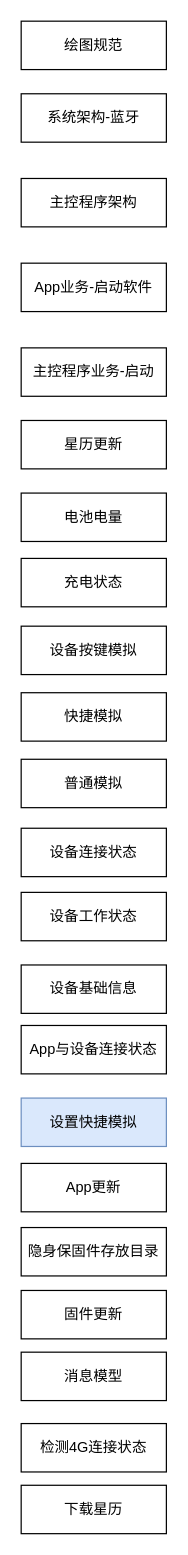
Earlier version of the draw.io diagram page "目录" (3 of 27) of 隐身保arm版-业务流程-V1.0-20221028-1.drawio (kyphoon/ysb_drawio_tree). Source tidied: cells renumbered, new cells numbered last; positions are measured from the earlier drawing's top-left corner, leaving out a move shared by most shapes. Both pictures are drawn from the tidied source at 121%, with x=0, y=0 at pixel (21, 21).
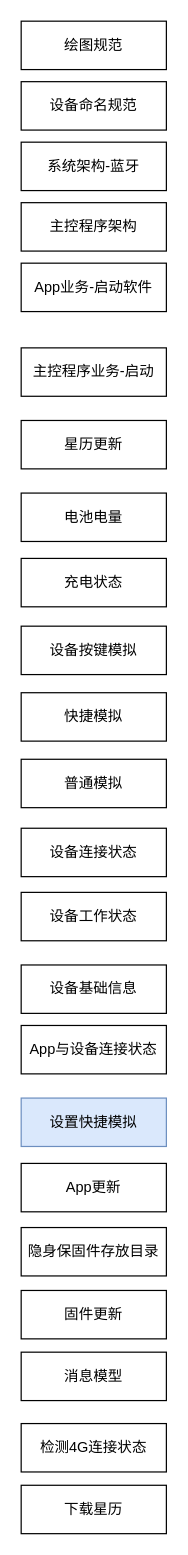
Above is the later version.

Diff of the diagram source:
```diff
@@
     <mxCell id="3" value="系统架构-蓝牙" style="rounded=0;whiteSpace=wrap;html=1;" parent="1" vertex="1">
-      <mxGeometry y="60" width="120" height="40" as="geometry" />
+      <mxGeometry y="100" width="120" height="40" as="geometry" />
     </mxCell>
     <mxCell id="4" value="主控程序架构" style="rounded=0;whiteSpace=wrap;html=1;" parent="1" vertex="1">
-      <mxGeometry y="130" width="120" height="40" as="geometry" />
+      <mxGeometry y="150" width="120" height="40" as="geometry" />
     </mxCell>
@@
+    <mxCell id="24" value="设备命名规范" style="rounded=0;whiteSpace=wrap;html=1;" parent="1" vertex="1">
+      <mxGeometry y="50" width="120" height="40" as="geometry" />
+    </mxCell>
```
